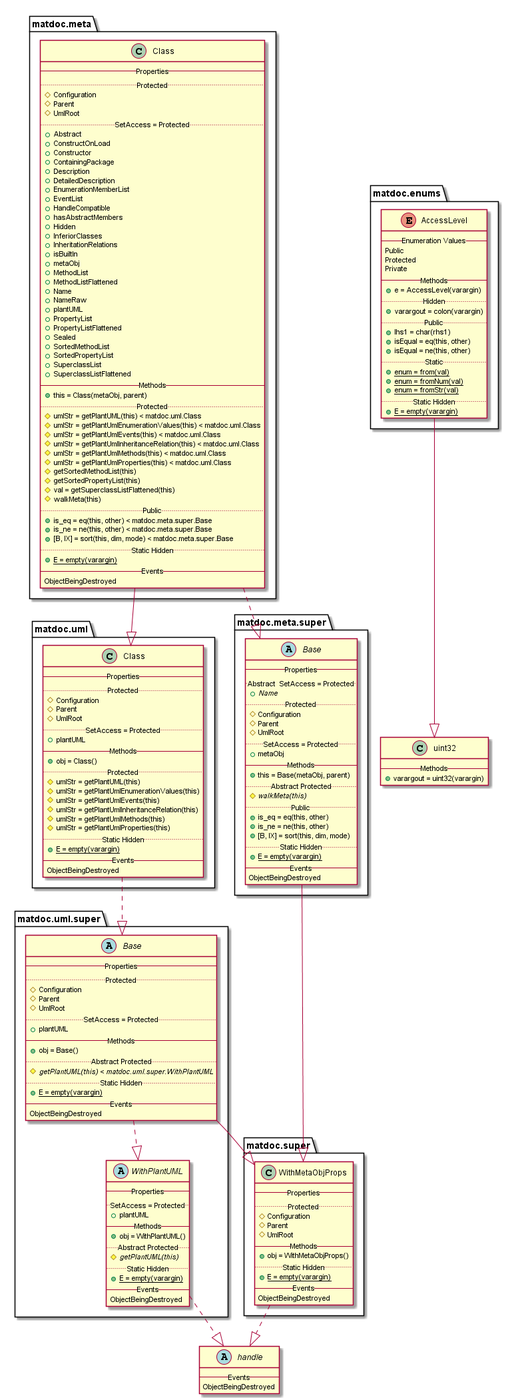
Before: doc/uml-examples/export-class-PropertyInheritanceHint-false.png, a diagram exported from PlantUML (flxdot/matdoc).
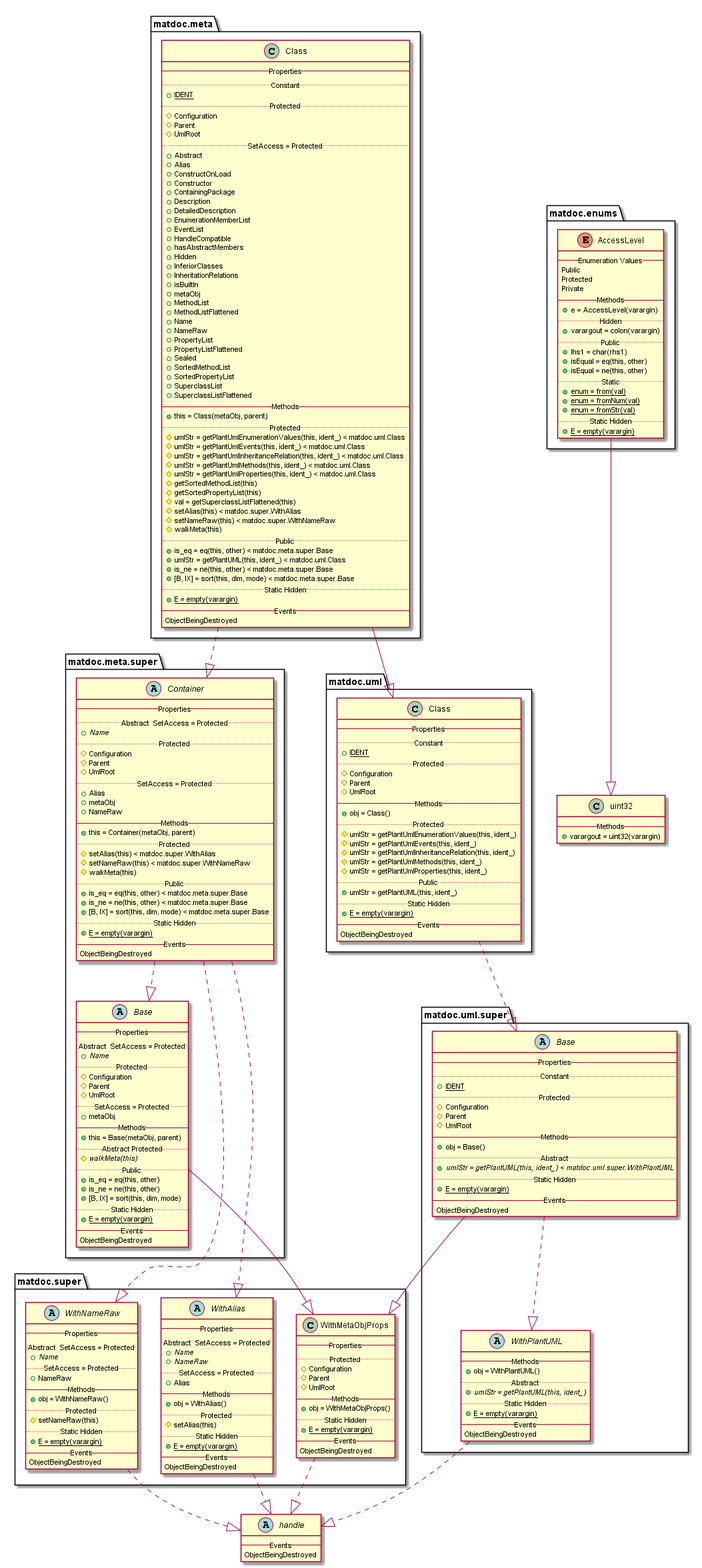
The same file after the commit.

Diff of the diagram source:
```diff
@@ -20,23 +20,26 @@
    {method} + isEqual = eq(this, other)
    {method} + isEqual = ne(this, other)
    .. Static ..
-   {method}{static} + enum = from(val)
-   {method}{static} + enum = fromNum(val)
-   {method}{static} + enum = fromStr(val)
+   {method} {static} + enum = from(val)
+   {method} {static} + enum = fromNum(val)
+   {method} {static} + enum = fromStr(val)
    .. Static Hidden ..
-   {method}{static} + E = empty(varargin)
+   {method} {static} + E = empty(varargin)
 }
 
 matdoc.enums.AccessLevel --|> uint32
 
 class matdoc.meta.Class {
    -- Properties --
+   .. Constant ..
+   {field} {static} + IDENT
    .. Protected ..
    {field} # Configuration
    {field} # Parent
    {field} # UmlRoot
    .. SetAccess = Protected ..
    {field} + Abstract
+   {field} + Alias
    {field} + ConstructOnLoad
    {field} + Constructor
    {field} + ContainingPackage
@@ -55,7 +58,6 @@
    {field} + MethodListFlattened
    {field} + Name
    {field} + NameRaw
-   {field} + plantUML
    {field} + PropertyList
    {field} + PropertyListFlattened
    {field} + Sealed
@@ -66,33 +68,35 @@
    -- Methods --
    {method} + this = Class(metaObj, parent)
    .. Protected ..
-   {method} # umlStr = getPlantUML(this) < matdoc.uml.Class
-   {method} # umlStr = getPlantUmlEnumerationValues(this) < matdoc.uml.Class
-   {method} # umlStr = getPlantUmlEvents(this) < matdoc.uml.Class
-   {method} # umlStr = getPlantUmlInheritanceRelation(this) < matdoc.uml.Class
-   {method} # umlStr = getPlantUmlMethods(this) < matdoc.uml.Class
-   {method} # umlStr = getPlantUmlProperties(this) < matdoc.uml.Class
+   {method} # umlStr = getPlantUmlEnumerationValues(this, ident_) < matdoc.uml.Class
+   {method} # umlStr = getPlantUmlEvents(this, ident_) < matdoc.uml.Class
+   {method} # umlStr = getPlantUmlInheritanceRelation(this, ident_) < matdoc.uml.Class
+   {method} # umlStr = getPlantUmlMethods(this, ident_) < matdoc.uml.Class
+   {method} # umlStr = getPlantUmlProperties(this, ident_) < matdoc.uml.Class
    {method} # getSortedMethodList(this)
    {method} # getSortedPropertyList(this)
    {method} # val = getSuperclassListFlattened(this)
+   {method} # setAlias(this) < matdoc.super.WithAlias
+   {method} # setNameRaw(this) < matdoc.super.WithNameRaw
    {method} # walkMeta(this)
    .. Public ..
    {method} + is_eq = eq(this, other) < matdoc.meta.super.Base
+   {method} + umlStr = getPlantUML(this, ident_) < matdoc.uml.Class
    {method} + is_ne = ne(this, other) < matdoc.meta.super.Base
    {method} + [B, IX] = sort(this, dim, mode) < matdoc.meta.super.Base
    .. Static Hidden ..
-   {method}{static} + E = empty(varargin)
+   {method} {static} + E = empty(varargin)
    -- Events --
    ObjectBeingDestroyed
 }
 
-matdoc.meta.Class ..|> matdoc.meta.super.Base
+matdoc.meta.Class ..|> matdoc.meta.super.Container
 matdoc.meta.Class --|> matdoc.uml.Class
 
 abstract class matdoc.meta.super.Base {
    -- Properties --
    .. Abstract  SetAccess = Protected ..
-   {field}{abstract} + Name
+   {field} {abstract} + Name
    .. Protected ..
    {field} # Configuration
    {field} # Parent
@@ -102,18 +106,69 @@
    -- Methods --
    {method} + this = Base(metaObj, parent)
    .. Abstract Protected ..
-   {method}{abstract} # walkMeta(this)
+   {method} {abstract} # walkMeta(this)
    .. Public ..
    {method} + is_eq = eq(this, other)
    {method} + is_ne = ne(this, other)
    {method} + [B, IX] = sort(this, dim, mode)
    .. Static Hidden ..
-   {method}{static} + E = empty(varargin)
+   {method} {static} + E = empty(varargin)
    -- Events --
    ObjectBeingDestroyed
 }
 
 matdoc.meta.super.Base --|> matdoc.super.WithMetaObjProps
+
+abstract class matdoc.meta.super.Container {
+   -- Properties --
+   .. Abstract  SetAccess = Protected ..
+   {field} {abstract} + Name
+   .. Protected ..
+   {field} # Configuration
+   {field} # Parent
+   {field} # UmlRoot
+   .. SetAccess = Protected ..
+   {field} + Alias
+   {field} + metaObj
+   {field} + NameRaw
+   -- Methods --
+   {method} + this = Container(metaObj, parent)
+   .. Protected ..
+   {method} # setAlias(this) < matdoc.super.WithAlias
+   {method} # setNameRaw(this) < matdoc.super.WithNameRaw
+   {method} # walkMeta(this)
+   .. Public ..
+   {method} + is_eq = eq(this, other) < matdoc.meta.super.Base
+   {method} + is_ne = ne(this, other) < matdoc.meta.super.Base
+   {method} + [B, IX] = sort(this, dim, mode) < matdoc.meta.super.Base
+   .. Static Hidden ..
+   {method} {static} + E = empty(varargin)
+   -- Events --
+   ObjectBeingDestroyed
+}
+
+matdoc.meta.super.Container ..|> matdoc.meta.super.Base
+matdoc.meta.super.Container ..|> matdoc.super.WithNameRaw
+matdoc.meta.super.Container ..|> matdoc.super.WithAlias
+
+abstract class matdoc.super.WithAlias {
+   -- Properties --
+   .. Abstract  SetAccess = Protected ..
+   {field} {abstract} + Name
+   {field} {abstract} + NameRaw
+   .. SetAccess = Protected ..
+   {field} + Alias
+   -- Methods --
+   {method} + obj = WithAlias()
+   .. Protected ..
+   {method} # setAlias(this)
+   .. Static Hidden ..
+   {method} {static} + E = empty(varargin)
+   -- Events --
+   ObjectBeingDestroyed
+}
+
+matdoc.super.WithAlias ..|> handle
 
 class matdoc.super.WithMetaObjProps {
    -- Properties --
@@ -124,32 +179,51 @@
    -- Methods --
    {method} + obj = WithMetaObjProps()
    .. Static Hidden ..
-   {method}{static} + E = empty(varargin)
+   {method} {static} + E = empty(varargin)
    -- Events --
    ObjectBeingDestroyed
 }
 
 matdoc.super.WithMetaObjProps ..|> handle
 
+abstract class matdoc.super.WithNameRaw {
+   -- Properties --
+   .. Abstract  SetAccess = Protected ..
+   {field} {abstract} + Name
+   .. SetAccess = Protected ..
+   {field} + NameRaw
+   -- Methods --
+   {method} + obj = WithNameRaw()
+   .. Protected ..
+   {method} # setNameRaw(this)
+   .. Static Hidden ..
+   {method} {static} + E = empty(varargin)
+   -- Events --
+   ObjectBeingDestroyed
+}
+
+matdoc.super.WithNameRaw ..|> handle
+
 class matdoc.uml.Class {
    -- Properties --
+   .. Constant ..
+   {field} {static} + IDENT
    .. Protected ..
    {field} # Configuration
    {field} # Parent
    {field} # UmlRoot
-   .. SetAccess = Protected ..
-   {field} + plantUML
    -- Methods --
    {method} + obj = Class()
    .. Protected ..
-   {method} # umlStr = getPlantUML(this)
-   {method} # umlStr = getPlantUmlEnumerationValues(this)
-   {method} # umlStr = getPlantUmlEvents(this)
-   {method} # umlStr = getPlantUmlInheritanceRelation(this)
-   {method} # umlStr = getPlantUmlMethods(this)
-   {method} # umlStr = getPlantUmlProperties(this)
+   {method} # umlStr = getPlantUmlEnumerationValues(this, ident_)
+   {method} # umlStr = getPlantUmlEvents(this, ident_)
+   {method} # umlStr = getPlantUmlInheritanceRelation(this, ident_)
+   {method} # umlStr = getPlantUmlMethods(this, ident_)
+   {method} # umlStr = getPlantUmlProperties(this, ident_)
+   .. Public ..
+   {method} + umlStr = getPlantUML(this, ident_)
    .. Static Hidden ..
-   {method}{static} + E = empty(varargin)
+   {method} {static} + E = empty(varargin)
    -- Events --
    ObjectBeingDestroyed
 }
@@ -158,18 +232,18 @@
 
 abstract class matdoc.uml.super.Base {
    -- Properties --
+   .. Constant ..
+   {field} {static} + IDENT
    .. Protected ..
    {field} # Configuration
    {field} # Parent
    {field} # UmlRoot
-   .. SetAccess = Protected ..
-   {field} + plantUML
    -- Methods --
    {method} + obj = Base()
-   .. Abstract Protected ..
-   {method}{abstract} # getPlantUML(this) < matdoc.uml.super.WithPlantUML
+   .. Abstract ..
+   {method} {abstract} + umlStr = getPlantUML(this, ident_) < matdoc.uml.super.WithPlantUML
    .. Static Hidden ..
-   {method}{static} + E = empty(varargin)
+   {method} {static} + E = empty(varargin)
    -- Events --
    ObjectBeingDestroyed
 }
@@ -178,15 +252,12 @@
 matdoc.uml.super.Base ..|> matdoc.uml.super.WithPlantUML
 
 abstract class matdoc.uml.super.WithPlantUML {
-   -- Properties --
-   .. SetAccess = Protected ..
-   {field} + plantUML
    -- Methods --
    {method} + obj = WithPlantUML()
-   .. Abstract Protected ..
-   {method}{abstract} # getPlantUML(this)
+   .. Abstract ..
+   {method} {abstract} + umlStr = getPlantUML(this, ident_)
    .. Static Hidden ..
-   {method}{static} + E = empty(varargin)
+   {method} {static} + E = empty(varargin)
    -- Events --
    ObjectBeingDestroyed
 }
```
